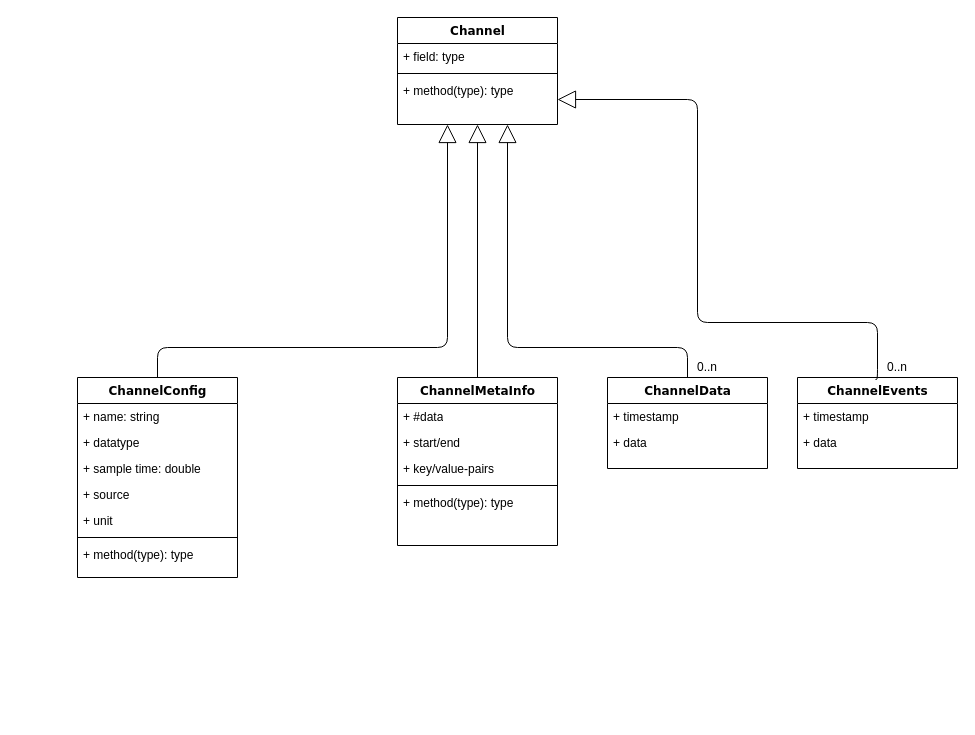
Before: channelSchema.drawio in Lycidas0815/try_git, a draw.io diagram. Source tidied: cells renumbered, new cells numbered last; positions are measured from the earlier drawing's top-left corner, leaving out a move shared by most shapes. Both pictures are drawn from the tidied source at 100%, with x=0, y=0 at pixel (77, 17).
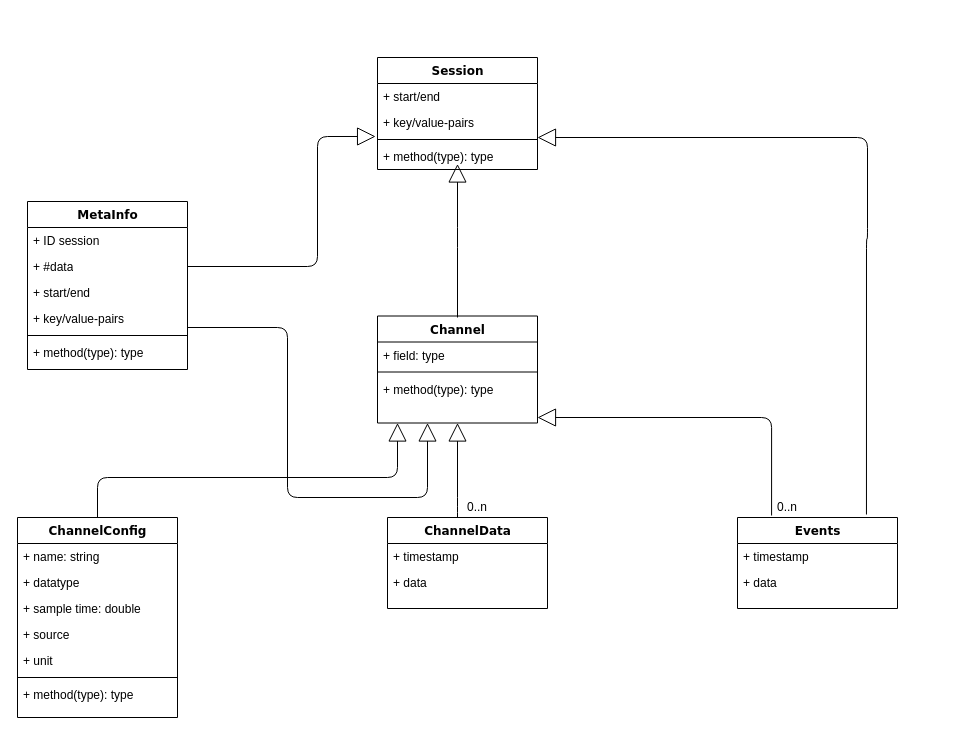
The same page after the edit.

The change refers to these unchanged cells:
```xml
<mxCell id="5" value="+ method(type): type" style="text;html=1;strokeColor=none;fillColor=none;align=left;verticalAlign=top;spacingLeft=4;spacingRight=4;whiteSpace=wrap;overflow=hidden;points=[[0,0.5],[1,0.5]];portConstraint=eastwest;" parent="2" vertex="1">
  <mxGeometry y="60" width="160" height="26" as="geometry" />
</mxCell>
```

Diff of the diagram source:
```diff
@@
     <mxCell id="2" value="&lt;div&gt;Channel&lt;/div&gt;&lt;div&gt;&lt;br&gt;&lt;/div&gt;" style="swimlane;html=1;fontStyle=1;align=center;verticalAlign=top;horizontal=1;startSize=26;swimlaneFillColor=#ffffff;rounded=0;shadow=0;comic=0;labelBackgroundColor=none;strokeWidth=1;fillColor=none;fontFamily=Verdana;fontSize=12;" parent="1" vertex="1">
-      <mxGeometry x="320" width="160" height="107" as="geometry" />
+      <mxGeometry x="300" y="298.5" width="160" height="107" as="geometry" />
     </mxCell>
@@
     <mxCell id="6" style="edgeStyle=orthogonalEdgeStyle;html=1;labelBackgroundColor=none;startFill=0;startSize=8;endArrow=block;endFill=0;endSize=16;fontFamily=Verdana;fontSize=12;" parent="1" edge="1" source="7" target="2">
       <mxGeometry relative="1" as="geometry">
         <Array as="points">
-          <mxPoint x="80" y="330" />
-          <mxPoint x="370" y="330" />
+          <mxPoint x="20" y="460" />
+          <mxPoint x="320" y="460" />
         </Array>
       </mxGeometry>
     </mxCell>
     <mxCell id="7" value="ChannelConfig" style="swimlane;html=1;fontStyle=1;align=center;verticalAlign=top;horizontal=1;startSize=26;swimlaneFillColor=#ffffff;rounded=0;shadow=0;comic=0;labelBackgroundColor=none;strokeWidth=1;fillColor=none;fontFamily=Verdana;fontSize=12;" parent="1" vertex="1">
-      <mxGeometry y="360" width="160" height="200" as="geometry" />
+      <mxGeometry x="-60" y="500" width="160" height="200" as="geometry" />
     </mxCell>
@@
     <mxCell id="15" style="edgeStyle=orthogonalEdgeStyle;html=1;labelBackgroundColor=none;startFill=0;startSize=8;endArrow=block;endFill=0;endSize=16;fontFamily=Verdana;fontSize=12;" parent="1" edge="1" source="16" target="2">
-      <mxGeometry relative="1" as="geometry" />
+      <mxGeometry relative="1" as="geometry">
+        <Array as="points">
+          <mxPoint x="210" y="310" />
+          <mxPoint x="210" y="480" />
+          <mxPoint x="350" y="480" />
+        </Array>
+      </mxGeometry>
     </mxCell>
-    <mxCell id="16" value="ChannelMetaInfo" style="swimlane;html=1;fontStyle=1;align=center;verticalAlign=top;horizontal=1;startSize=26;swimlaneFillColor=#ffffff;rounded=0;shadow=0;comic=0;labelBackgroundColor=none;strokeWidth=1;fillColor=none;fontFamily=Verdana;fontSize=12;" parent="1" vertex="1">
-      <mxGeometry x="320" y="360" width="160" height="168" as="geometry" />
+    <mxCell id="16" value="&lt;div&gt;MetaInfo&lt;/div&gt;" style="swimlane;html=1;fontStyle=1;align=center;verticalAlign=top;horizontal=1;startSize=26;swimlaneFillColor=#ffffff;rounded=0;shadow=0;comic=0;labelBackgroundColor=none;strokeWidth=1;fillColor=none;fontFamily=Verdana;fontSize=12;" parent="1" vertex="1">
+      <mxGeometry x="-50" y="184" width="160" height="168" as="geometry" />
     </mxCell>
+    <mxCell id="32" value="+ ID session" style="text;html=1;strokeColor=none;fillColor=none;align=left;verticalAlign=top;spacingLeft=4;spacingRight=4;whiteSpace=wrap;overflow=hidden;" parent="16" vertex="1">
+      <mxGeometry y="26" width="160" height="26" as="geometry" />
+    </mxCell>
     <mxCell id="17" value="&lt;div&gt;+ #data&lt;/div&gt;" style="text;html=1;strokeColor=none;fillColor=none;align=left;verticalAlign=top;spacingLeft=4;spacingRight=4;whiteSpace=wrap;overflow=hidden;points=[[0,0.5],[1,0.5]];portConstraint=eastwest;" parent="16" vertex="1">
-      <mxGeometry y="26" width="160" height="26" as="geometry" />
+      <mxGeometry y="52" width="160" height="26" as="geometry" />
     </mxCell>
     <mxCell id="18" value="+ start/end" style="text;html=1;strokeColor=none;fillColor=none;align=left;verticalAlign=top;spacingLeft=4;spacingRight=4;whiteSpace=wrap;overflow=hidden;" parent="16" vertex="1">
-      <mxGeometry y="52" width="160" height="26" as="geometry" />
+      <mxGeometry y="78" width="160" height="26" as="geometry" />
     </mxCell>
     <mxCell id="19" value="+ key/value-pairs" style="text;html=1;strokeColor=none;fillColor=none;align=left;verticalAlign=top;spacingLeft=4;spacingRight=4;whiteSpace=wrap;overflow=hidden;" parent="16" vertex="1">
-      <mxGeometry y="78" width="160" height="26" as="geometry" />
+      <mxGeometry y="104" width="160" height="26" as="geometry" />
     </mxCell>
     <mxCell id="20" style="line;html=1;strokeWidth=1;fillColor=none;align=left;verticalAlign=middle;spacingTop=-1;spacingLeft=3;spacingRight=3;labelPosition=right;" parent="16" vertex="1">
-      <mxGeometry y="104" width="160" height="8" as="geometry" />
+      <mxGeometry y="130" width="160" height="8" as="geometry" />
     </mxCell>
     <mxCell id="21" value="+ method(type): type" style="text;html=1;strokeColor=none;fillColor=none;align=left;verticalAlign=top;spacingLeft=4;spacingRight=4;whiteSpace=wrap;overflow=hidden;" parent="16" vertex="1">
-      <mxGeometry y="112" width="160" height="26" as="geometry" />
+      <mxGeometry y="138" width="160" height="26" as="geometry" />
     </mxCell>
     <mxCell id="22" style="edgeStyle=orthogonalEdgeStyle;html=1;labelBackgroundColor=none;startFill=0;startSize=8;endArrow=block;endFill=0;endSize=16;fontFamily=Verdana;fontSize=12;shadow=0;comic=0;" parent="1" edge="1" source="23" target="2">
       <mxGeometry relative="1" as="geometry">
         <Array as="points">
-          <mxPoint x="610" y="330" />
-          <mxPoint x="430" y="330" />
+          <mxPoint x="380" y="490" />
+          <mxPoint x="380" y="490" />
         </Array>
       </mxGeometry>
     </mxCell>
     <mxCell id="23" value="&lt;div&gt;ChannelData&lt;/div&gt;" style="swimlane;html=1;fontStyle=1;align=center;verticalAlign=top;horizontal=1;startSize=26;swimlaneFillColor=#ffffff;rounded=0;shadow=0;comic=0;labelBackgroundColor=none;strokeWidth=1;fillColor=none;fontFamily=Verdana;fontSize=12;" parent="1" vertex="1">
-      <mxGeometry x="530" y="360" width="160" height="91" as="geometry" />
+      <mxGeometry x="310" y="500" width="160" height="91" as="geometry" />
     </mxCell>
@@
     <mxCell id="26" value="0..n" style="text;html=1;strokeColor=none;fillColor=none;align=center;verticalAlign=middle;whiteSpace=wrap;rounded=0;" parent="1" vertex="1">
-      <mxGeometry x="610" y="340" width="40" height="20" as="geometry" />
+      <mxGeometry x="380" y="480" width="40" height="20" as="geometry" />
     </mxCell>
-    <mxCell id="27" value="&lt;div&gt;ChannelEvents&lt;/div&gt;" style="swimlane;html=1;fontStyle=1;align=center;verticalAlign=top;horizontal=1;startSize=26;swimlaneFillColor=#ffffff;rounded=0;shadow=0;comic=0;labelBackgroundColor=none;strokeWidth=1;fillColor=none;fontFamily=Verdana;fontSize=12;" parent="1" vertex="1">
-      <mxGeometry x="720" y="360" width="160" height="91" as="geometry" />
+    <mxCell id="27" value="&lt;div&gt;Events&lt;/div&gt;" style="swimlane;html=1;fontStyle=1;align=center;verticalAlign=top;horizontal=1;startSize=26;swimlaneFillColor=#ffffff;rounded=0;shadow=0;comic=0;labelBackgroundColor=none;strokeWidth=1;fillColor=none;fontFamily=Verdana;fontSize=12;" parent="1" vertex="1">
+      <mxGeometry x="660" y="500" width="160" height="91" as="geometry" />
     </mxCell>
@@
     <mxCell id="30" value="0..n" style="text;html=1;strokeColor=none;fillColor=none;align=center;verticalAlign=middle;whiteSpace=wrap;rounded=0;" parent="1" vertex="1">
-      <mxGeometry x="800" y="340" width="40" height="20" as="geometry" />
+      <mxGeometry x="690" y="480" width="40" height="20" as="geometry" />
     </mxCell>
-    <mxCell id="31" style="edgeStyle=orthogonalEdgeStyle;html=1;labelBackgroundColor=none;startFill=0;startSize=8;endArrow=block;endFill=0;endSize=16;fontFamily=Verdana;fontSize=12;shadow=0;comic=0;exitX=-0.05;exitY=1.1;exitDx=0;exitDy=0;entryX=1;entryY=0.846;entryDx=0;entryDy=0;entryPerimeter=0;exitPerimeter=0;" parent="1" edge="1" source="30" target="5">
-      <mxGeometry relative="1" as="geometry">
-        <Array as="points">
-          <mxPoint x="800" y="362" />
-          <mxPoint x="800" y="305" />
-          <mxPoint x="620" y="305" />
-          <mxPoint x="620" y="82" />
-        </Array>
-      </mxGeometry>
-    </mxCell>
+    <mxCell id="33" style="edgeStyle=orthogonalEdgeStyle;html=1;labelBackgroundColor=none;startFill=0;startSize=8;endArrow=block;endFill=0;endSize=16;fontFamily=Verdana;fontSize=12;shadow=0;comic=0;exitX=0.213;exitY=-0.022;exitDx=0;exitDy=0;exitPerimeter=0;" parent="1" edge="1" source="27" target="2">
+      <mxGeometry relative="1" as="geometry">
+        <Array as="points">
+          <mxPoint x="694" y="400" />
+        </Array>
+      </mxGeometry>
+    </mxCell>
+    <mxCell id="34" value="Session" style="swimlane;html=1;fontStyle=1;align=center;verticalAlign=top;horizontal=1;startSize=26;swimlaneFillColor=#ffffff;rounded=0;shadow=0;comic=0;labelBackgroundColor=none;strokeWidth=1;fillColor=none;fontFamily=Verdana;fontSize=12;" parent="1" vertex="1">
+      <mxGeometry x="300" y="40" width="160" height="112" as="geometry" />
+    </mxCell>
+    <mxCell id="35" value="+ start/end" style="text;html=1;strokeColor=none;fillColor=none;align=left;verticalAlign=top;spacingLeft=4;spacingRight=4;whiteSpace=wrap;overflow=hidden;" parent="34" vertex="1">
+      <mxGeometry y="26" width="160" height="26" as="geometry" />
+    </mxCell>
+    <mxCell id="36" value="+ key/value-pairs" style="text;html=1;strokeColor=none;fillColor=none;align=left;verticalAlign=top;spacingLeft=4;spacingRight=4;whiteSpace=wrap;overflow=hidden;points=[[0,0.5],[1,0.5]];portConstraint=eastwest;" parent="34" vertex="1">
+      <mxGeometry y="52" width="160" height="26" as="geometry" />
+    </mxCell>
+    <mxCell id="37" style="line;html=1;strokeWidth=1;fillColor=none;align=left;verticalAlign=middle;spacingTop=-1;spacingLeft=3;spacingRight=3;labelPosition=right;" parent="34" vertex="1">
+      <mxGeometry y="78" width="160" height="8" as="geometry" />
+    </mxCell>
+    <mxCell id="38" value="+ method(type): type" style="text;html=1;strokeColor=none;fillColor=none;align=left;verticalAlign=top;spacingLeft=4;spacingRight=4;whiteSpace=wrap;overflow=hidden;" parent="34" vertex="1">
+      <mxGeometry y="86" width="160" height="26" as="geometry" />
+    </mxCell>
+    <mxCell id="39" style="edgeStyle=orthogonalEdgeStyle;html=1;labelBackgroundColor=none;startFill=0;startSize=8;endArrow=block;endFill=0;endSize=16;fontFamily=Verdana;fontSize=12;shadow=0;comic=0;exitX=0.438;exitY=0.014;exitDx=0;exitDy=0;exitPerimeter=0;" parent="1" edge="1">
+      <mxGeometry relative="1" as="geometry">
+        <mxPoint x="380" y="300" as="sourcePoint" />
+        <mxPoint x="380" y="146.5" as="targetPoint" />
+        <Array as="points">
+          <mxPoint x="380" y="220" />
+          <mxPoint x="380" y="220" />
+        </Array>
+      </mxGeometry>
+    </mxCell>
+    <mxCell id="40" style="edgeStyle=orthogonalEdgeStyle;html=1;labelBackgroundColor=none;startFill=0;startSize=8;endArrow=block;endFill=0;endSize=16;fontFamily=Verdana;fontSize=12;shadow=0;comic=0;exitX=0.806;exitY=-0.033;exitDx=0;exitDy=0;exitPerimeter=0;" parent="1" edge="1" source="27">
+      <mxGeometry relative="1" as="geometry">
+        <mxPoint x="460" y="120" as="targetPoint" />
+        <Array as="points">
+          <mxPoint x="789" y="221" />
+          <mxPoint x="790" y="221" />
+          <mxPoint x="790" y="120" />
+        </Array>
+      </mxGeometry>
+    </mxCell>
+    <mxCell id="41" style="edgeStyle=orthogonalEdgeStyle;html=1;labelBackgroundColor=none;startFill=0;startSize=8;endArrow=block;endFill=0;endSize=16;fontFamily=Verdana;fontSize=12;shadow=0;comic=0;exitX=1;exitY=0.5;exitDx=0;exitDy=0;entryX=-0.012;entryY=1.038;entryDx=0;entryDy=0;entryPerimeter=0;" parent="1" edge="1" source="17" target="36">
+      <mxGeometry relative="1" as="geometry">
+        <Array as="points">
+          <mxPoint x="240" y="249" />
+          <mxPoint x="240" y="119" />
+        </Array>
+      </mxGeometry>
+    </mxCell>
```
